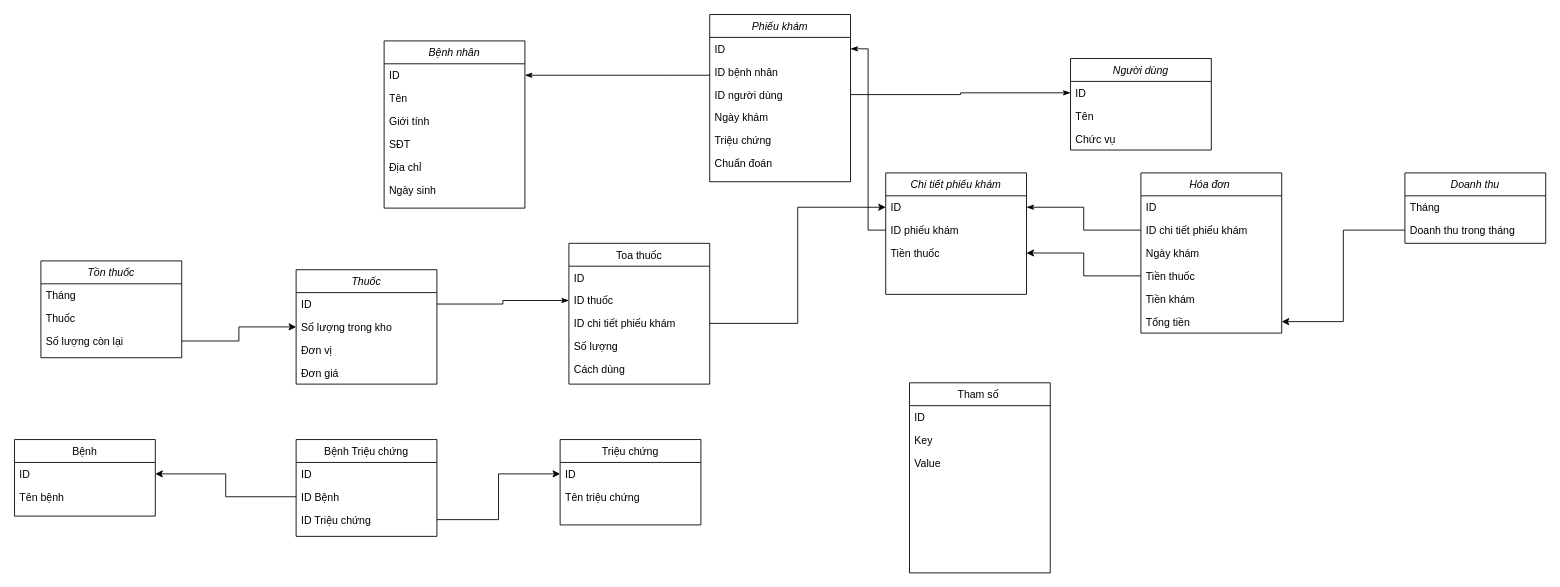
The draw.io diagram Untitled Diagram.drawio in thanhxinhtraiuit/DACNPM, before the edit. Source tidied: cells renumbered, new cells numbered last; positions are measured from the earlier drawing's top-left corner, leaving out a move shared by most shapes. Both pictures are drawn from the tidied source at 88%, with x=0, y=0 at pixel (14, 14).
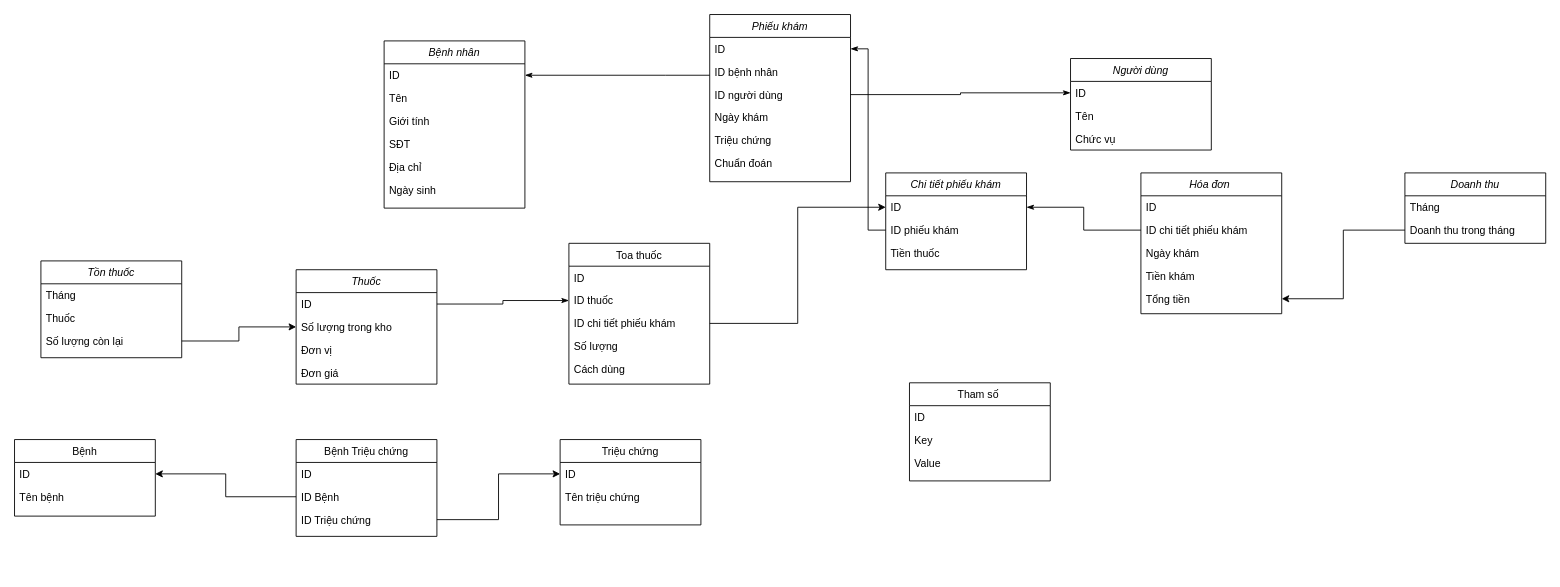
The same page after the edit.

Unchanged cells that the change refers to:
```xml
<mxCell id="41" value="Tiền thuốc" style="text;align=left;verticalAlign=top;spacingLeft=4;spacingRight=4;overflow=hidden;points=[[0,0.5],[1,0.5]];portConstraint=eastwest;" parent="38" vertex="1">
  <mxGeometry y="78" width="160" height="26" as="geometry" />
</mxCell>
```

The edit, as a diff of the source:
```diff
@@
     <mxCell id="38" value="Chi tiết phiếu khám" style="swimlane;fontStyle=2;align=center;verticalAlign=top;horizontal=1;startSize=26;rounded=0;shadow=0;strokeWidth=1;" parent="1" vertex="1">
-      <mxGeometry x="990" y="180" width="160" height="138" as="geometry" />
+      <mxGeometry x="990" y="180" width="160" height="110" as="geometry" />
     </mxCell>
@@
     <mxCell id="49" value="Hóa đơn " style="swimlane;fontStyle=2;align=center;verticalAlign=top;horizontal=1;startSize=26;rounded=0;shadow=0;strokeWidth=1;" parent="1" vertex="1">
-      <mxGeometry x="1280" y="180" width="160" height="182" as="geometry" />
+      <mxGeometry x="1280" y="180" width="160" height="160" as="geometry" />
     </mxCell>
@@
-    <mxCell id="53" value="Tiền thuốc" style="text;align=left;verticalAlign=top;spacingLeft=4;spacingRight=4;overflow=hidden;points=[[0,0.5],[1,0.5]];portConstraint=eastwest;" parent="49" vertex="1">
-      <mxGeometry y="104" width="160" height="26" as="geometry" />
-    </mxCell>
     <mxCell id="54" value="Tiền khám" style="text;align=left;verticalAlign=top;spacingLeft=4;spacingRight=4;overflow=hidden;" parent="49" vertex="1">
-      <mxGeometry y="130" width="160" height="26" as="geometry" />
+      <mxGeometry y="104" width="160" height="26" as="geometry" />
     </mxCell>
     <mxCell id="55" value="Tổng tiền" style="text;align=left;verticalAlign=top;spacingLeft=4;spacingRight=4;overflow=hidden;points=[[0,0.5],[1,0.5]];portConstraint=eastwest;" parent="49" vertex="1">
-      <mxGeometry y="156" width="160" height="26" as="geometry" />
+      <mxGeometry y="130" width="160" height="26" as="geometry" />
     </mxCell>
@@
     <mxCell id="57" value="Tham số " style="swimlane;fontStyle=0;align=center;verticalAlign=top;horizontal=1;startSize=26;rounded=0;shadow=0;strokeWidth=1;" parent="1" vertex="1">
-      <mxGeometry x="1017" y="418.5" width="160" height="216" as="geometry" />
+      <mxGeometry x="1017" y="418.5" width="160" height="111.5" as="geometry" />
     </mxCell>
@@
-    <mxCell id="64" style="edgeStyle=orthogonalEdgeStyle;rounded=0;jettySize=auto;html=1;" parent="1" edge="1" source="53" target="41">
-      <mxGeometry relative="1" as="geometry" />
-    </mxCell>
```
